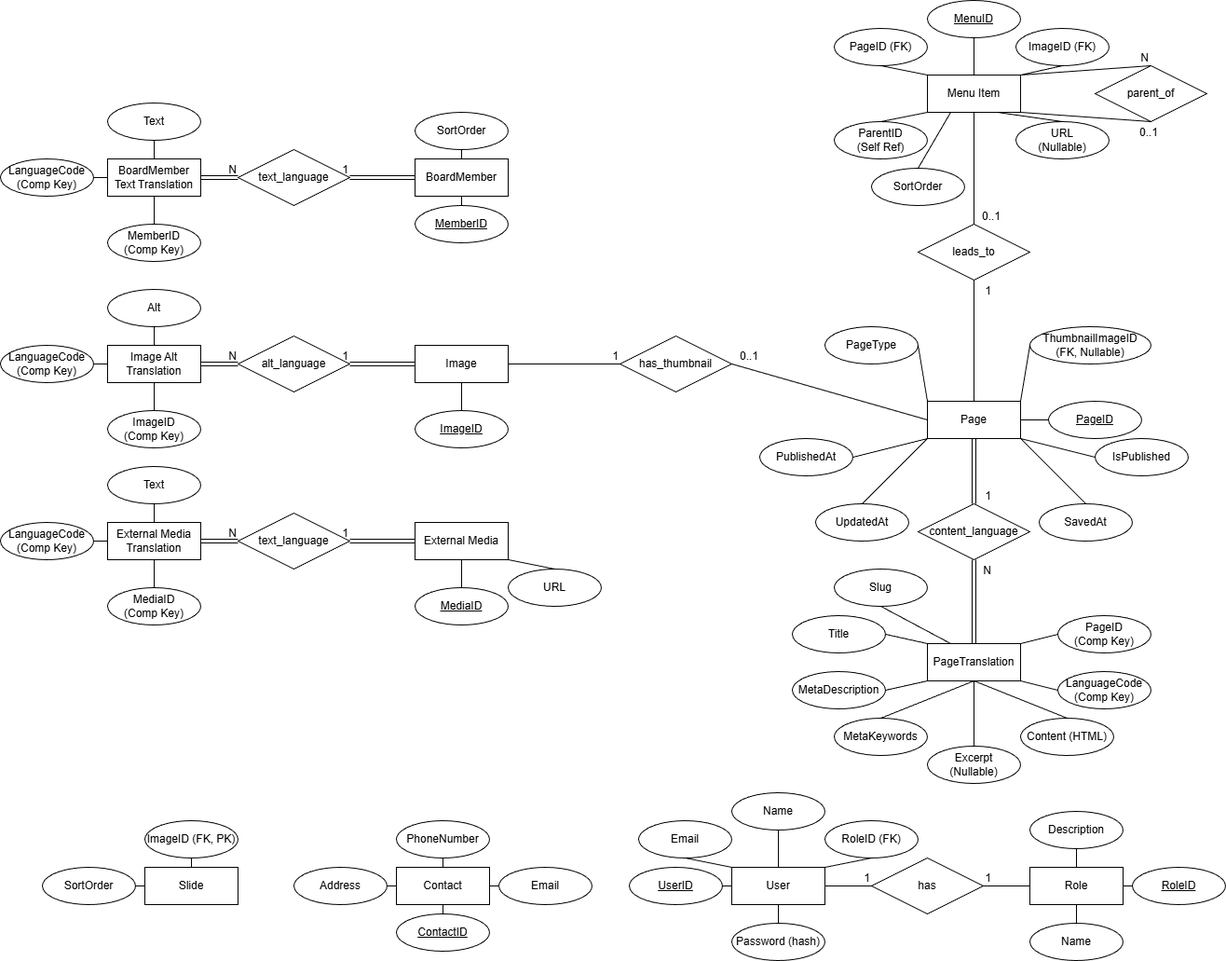
C4ndyFl4mes/MalgomajFVOFCMS keeps this draw.io diagram as ER-diagram.png. Above is the earlier version. Source tidied: cells renumbered, new cells last; positions are measured from the earlier drawing's top-left corner, leaving out a move shared by most shapes.
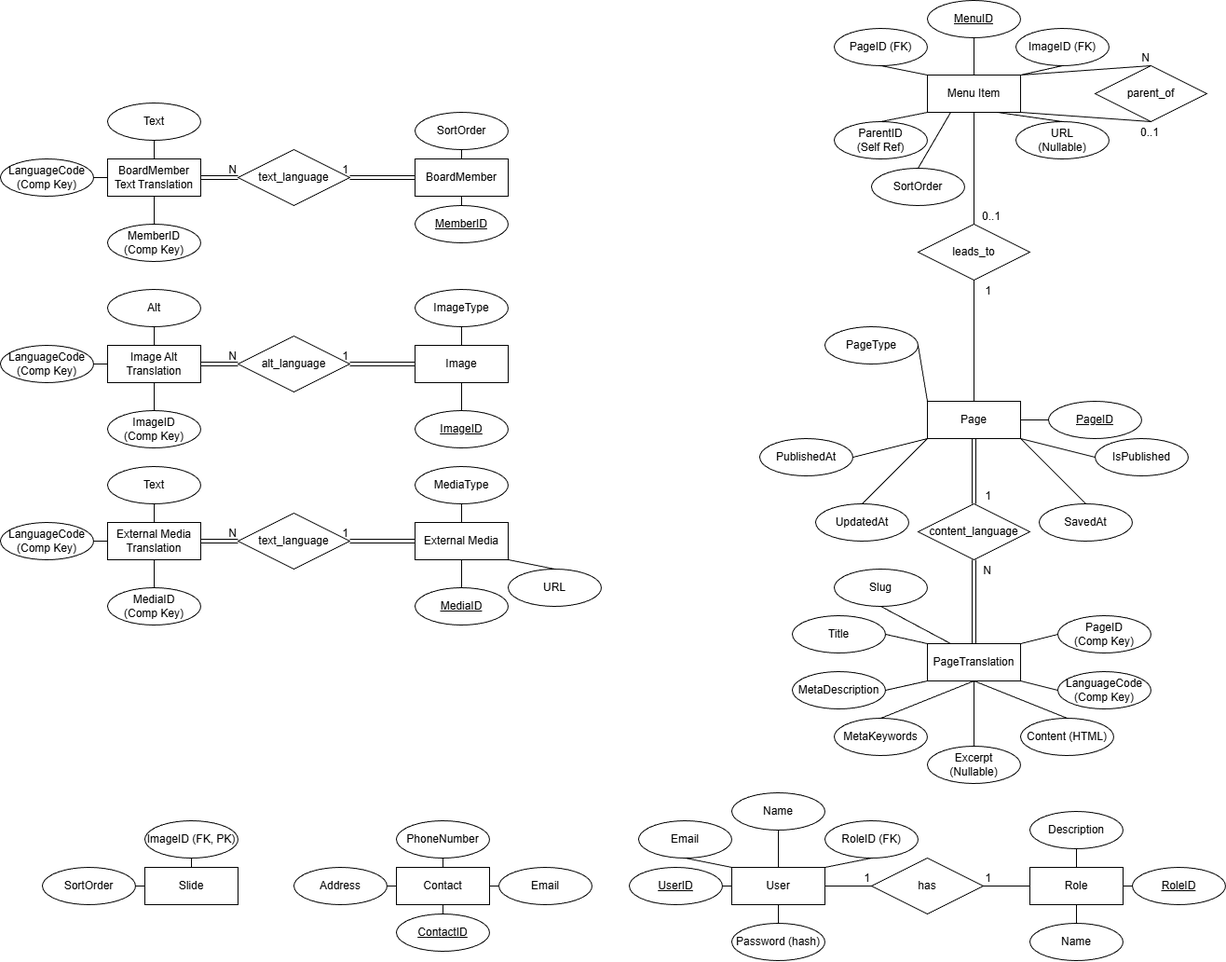
Later version of the same file.

The edit, as a diff of the source:
```diff
@@ -149,9 +149,6 @@
     <mxCell id="48" style="endArrow=none;html=1;rounded=0;exitX=0.5;exitY=0;exitDx=0;exitDy=0;entryX=0.25;entryY=1;entryDx=0;entryDy=0;" parent="1" edge="1" source="47" target="3">
       <mxGeometry relative="1" as="geometry" />
     </mxCell>
-    <mxCell id="49" value="has_thumbnail" style="shape=rhombus;perimeter=rhombusPerimeter;whiteSpace=wrap;html=1;align=center;" parent="1" vertex="1">
-      <mxGeometry x="665" y="360" width="120" height="60" as="geometry" />
-    </mxCell>
     <mxCell id="50" value="SavedAt" style="ellipse;whiteSpace=wrap;html=1;align=center;" parent="1" vertex="1">
       <mxGeometry x="1115" y="540" width="100" height="40" as="geometry" />
     </mxCell>
@@ -238,20 +235,6 @@
     <mxCell id="77" style="endArrow=none;html=1;rounded=0;exitX=0;exitY=0.5;exitDx=0;exitDy=0;entryX=1;entryY=0.5;entryDx=0;entryDy=0;" parent="1" edge="1" source="74" target="7">
       <mxGeometry relative="1" as="geometry" />
     </mxCell>
-    <mxCell id="78" style="endArrow=none;html=1;rounded=0;exitX=1;exitY=0.5;exitDx=0;exitDy=0;entryX=0;entryY=0.5;entryDx=0;entryDy=0;" parent="1" edge="1" source="9" target="49">
-      <mxGeometry relative="1" as="geometry" />
-    </mxCell>
-    <mxCell id="79" value="1" style="html=1;whiteSpace=wrap;align=right;verticalAlign=bottom;" parent="78" vertex="1">
-      <mxGeometry x="1" relative="1" as="geometry" />
-    </mxCell>
-    <mxCell id="80" style="endArrow=none;html=1;rounded=0;entryX=1;entryY=0.5;entryDx=0;entryDy=0;exitX=0;exitY=0.5;exitDx=0;exitDy=0;" parent="1" edge="1" source="2" target="49">
-      <mxGeometry relative="1" as="geometry" />
-    </mxCell>
-    <mxCell id="81" value="0..1" style="html=1;whiteSpace=wrap;align=right;verticalAlign=bottom;" parent="80" vertex="1">
-      <mxGeometry x="1" relative="1" as="geometry">
-        <mxPoint x="30" as="offset" />
-      </mxGeometry>
-    </mxCell>
     <mxCell id="82" style="endArrow=none;html=1;rounded=0;entryX=0.5;entryY=1;entryDx=0;entryDy=0;exitX=0.5;exitY=0;exitDx=0;exitDy=0;" parent="1" edge="1" source="2" target="4">
       <mxGeometry relative="1" as="geometry" />
     </mxCell>
@@ -422,12 +405,6 @@
     <mxCell id="135" style="endArrow=none;html=1;rounded=0;exitX=0.5;exitY=1;exitDx=0;exitDy=0;entryX=0.5;entryY=0;entryDx=0;entryDy=0;" parent="1" edge="1" source="88" target="134">
       <mxGeometry relative="1" as="geometry" />
     </mxCell>
-    <mxCell id="136" value="ThumbnailImageID&lt;div&gt;(FK, Nullable)&lt;/div&gt;" style="ellipse;whiteSpace=wrap;html=1;align=center;" parent="1" vertex="1">
-      <mxGeometry x="1105" y="350" width="130" height="40" as="geometry" />
-    </mxCell>
-    <mxCell id="137" style="endArrow=none;html=1;rounded=0;exitX=0;exitY=0.5;exitDx=0;exitDy=0;entryX=1;entryY=0;entryDx=0;entryDy=0;" parent="1" edge="1" source="136" target="2">
-      <mxGeometry relative="1" as="geometry" />
-    </mxCell>
     <mxCell id="138" value="Slide" style="whiteSpace=wrap;html=1;align=center;" parent="1" vertex="1">
       <mxGeometry x="155" y="930" width="100" height="40" as="geometry" />
     </mxCell>
@@ -475,5 +452,17 @@
     <mxCell id="152" style="endArrow=none;html=1;rounded=0;exitX=0.5;exitY=1;exitDx=0;exitDy=0;entryX=0.5;entryY=0;entryDx=0;entryDy=0;" parent="1" edge="1" source="151" target="52">
       <mxGeometry relative="1" as="geometry" />
     </mxCell>
+    <mxCell id="153" value="ImageType" style="ellipse;whiteSpace=wrap;html=1;align=center;" parent="1" vertex="1">
+      <mxGeometry x="445" y="310" width="100" height="40" as="geometry" />
+    </mxCell>
+    <mxCell id="154" style="endArrow=none;html=1;rounded=0;exitX=0.5;exitY=1;exitDx=0;exitDy=0;entryX=0.5;entryY=0;entryDx=0;entryDy=0;" parent="1" edge="1" source="153" target="9">
+      <mxGeometry relative="1" as="geometry" />
+    </mxCell>
+    <mxCell id="155" value="MediaType" style="ellipse;whiteSpace=wrap;html=1;align=center;" parent="1" vertex="1">
+      <mxGeometry x="445" y="500" width="100" height="40" as="geometry" />
+    </mxCell>
+    <mxCell id="156" style="endArrow=none;html=1;rounded=0;exitX=0.5;exitY=1;exitDx=0;exitDy=0;entryX=0.5;entryY=0;entryDx=0;entryDy=0;" parent="1" edge="1" source="155" target="10">
+      <mxGeometry relative="1" as="geometry" />
+    </mxCell>
   </root>
 </mxGraphModel>
```
